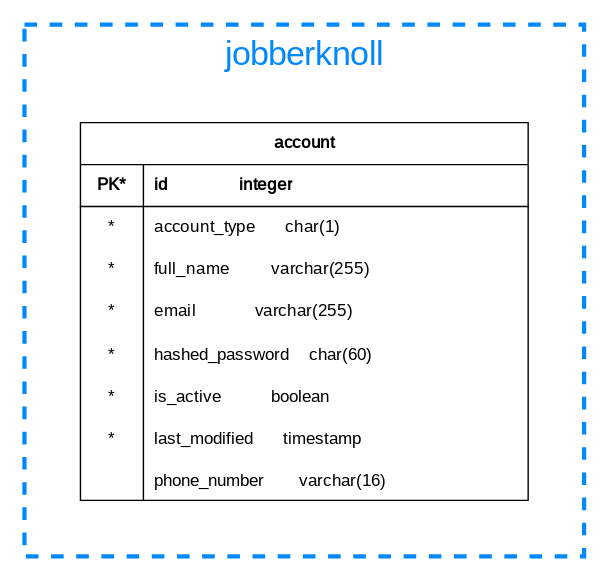
Above: documentation/course/e2/images/database-diagram-jobberknoll.drawio.svg in PWR-ACS-SE-24/SoftwareSystemDesign (draw.io), before the change. Source tidied: cells renumbered, new cells last; positions are measured from the earlier drawing's top-left corner, leaving out a move shared by most shapes.
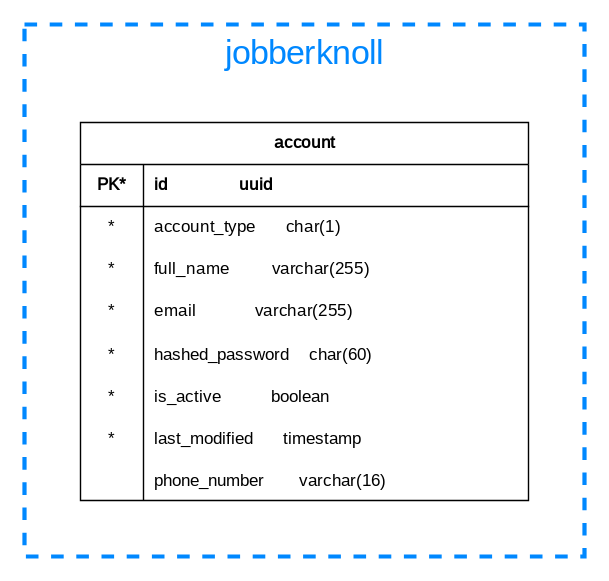
The same diagram one commit later.

Change to the diagram source:
```diff
@@ -14,7 +14,7 @@
     <mxCell id="5" value="PK*" style="shape=partialRectangle;fillColor=none;top=0;left=0;bottom=0;right=0;fontStyle=1;overflow=hidden;whiteSpace=wrap;html=1;fontFamily=JetBrains Mono;fontSource=https%3A%2F%2Ffonts.googleapis.com%2Fcss%3Ffamily%3DJetBrains%2BMono;" parent="4" vertex="1">
       <mxGeometry width="45" height="30" as="geometry" />
     </mxCell>
-    <mxCell id="6" value="id&amp;nbsp;&amp;nbsp;&amp;nbsp;&amp;nbsp;&amp;nbsp;&amp;nbsp;&amp;nbsp;&amp;nbsp;&amp;nbsp;&amp;nbsp;&amp;nbsp;&amp;nbsp;&amp;nbsp;&amp;nbsp;&amp;nbsp;&amp;nbsp; integer" style="shape=partialRectangle;fillColor=none;top=0;left=0;bottom=0;right=0;align=left;spacingLeft=6;fontStyle=1;overflow=hidden;whiteSpace=wrap;html=1;fontFamily=JetBrains Mono;fontSource=https%3A%2F%2Ffonts.googleapis.com%2Fcss%3Ffamily%3DJetBrains%2BMono;" parent="4" vertex="1">
+    <mxCell id="6" value="id&amp;nbsp;&amp;nbsp;&amp;nbsp;&amp;nbsp;&amp;nbsp;&amp;nbsp;&amp;nbsp;&amp;nbsp;&amp;nbsp;&amp;nbsp;&amp;nbsp;&amp;nbsp;&amp;nbsp;&amp;nbsp;&amp;nbsp;&amp;nbsp; uuid" style="shape=partialRectangle;fillColor=none;top=0;left=0;bottom=0;right=0;align=left;spacingLeft=6;fontStyle=1;overflow=hidden;whiteSpace=wrap;html=1;fontFamily=JetBrains Mono;fontSource=https%3A%2F%2Ffonts.googleapis.com%2Fcss%3Ffamily%3DJetBrains%2BMono;" parent="4" vertex="1">
       <mxGeometry x="45" width="275" height="30" as="geometry" />
     </mxCell>
     <mxCell id="7" style="shape=tableRow;horizontal=0;startSize=0;swimlaneHead=0;swimlaneBody=0;fillColor=none;top=0;left=0;right=0;bottom=0;fontFamily=JetBrains Mono;fontSource=https%3A%2F%2Ffonts.googleapis.com%2Fcss%3Ffamily%3DJetBrains%2BMono;" parent="3" vertex="1">
```
